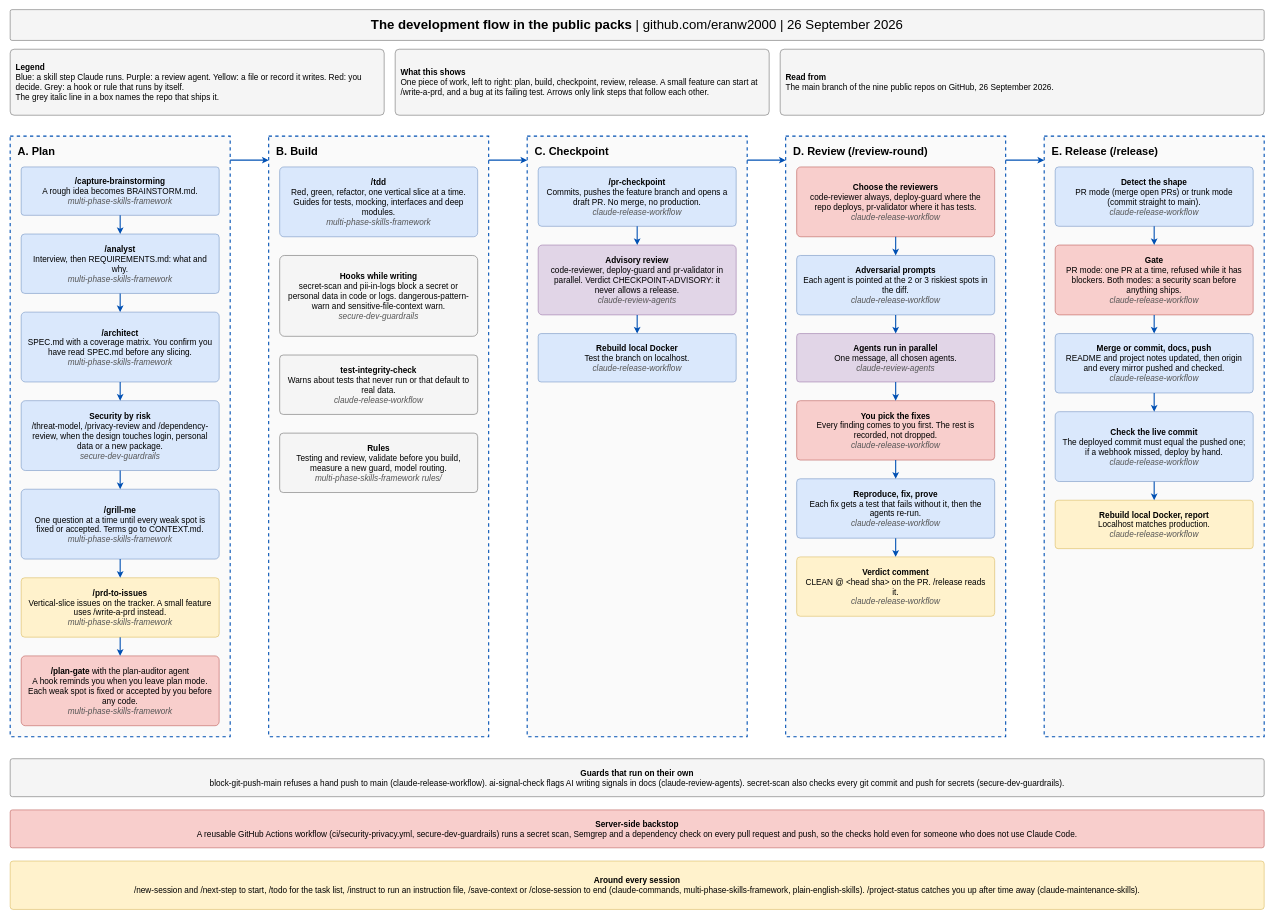
This is docs/development-flow.drawio from eranw2000/eranw2000, a draw.io file, before an edit. Source tidied: cells renumbered, new cells numbered last; positions are measured from the earlier drawing's top-left corner, leaving out a move shared by most shapes. Both pictures are drawn from the tidied source at 55%, with x=0, y=0 at pixel (10, 9).
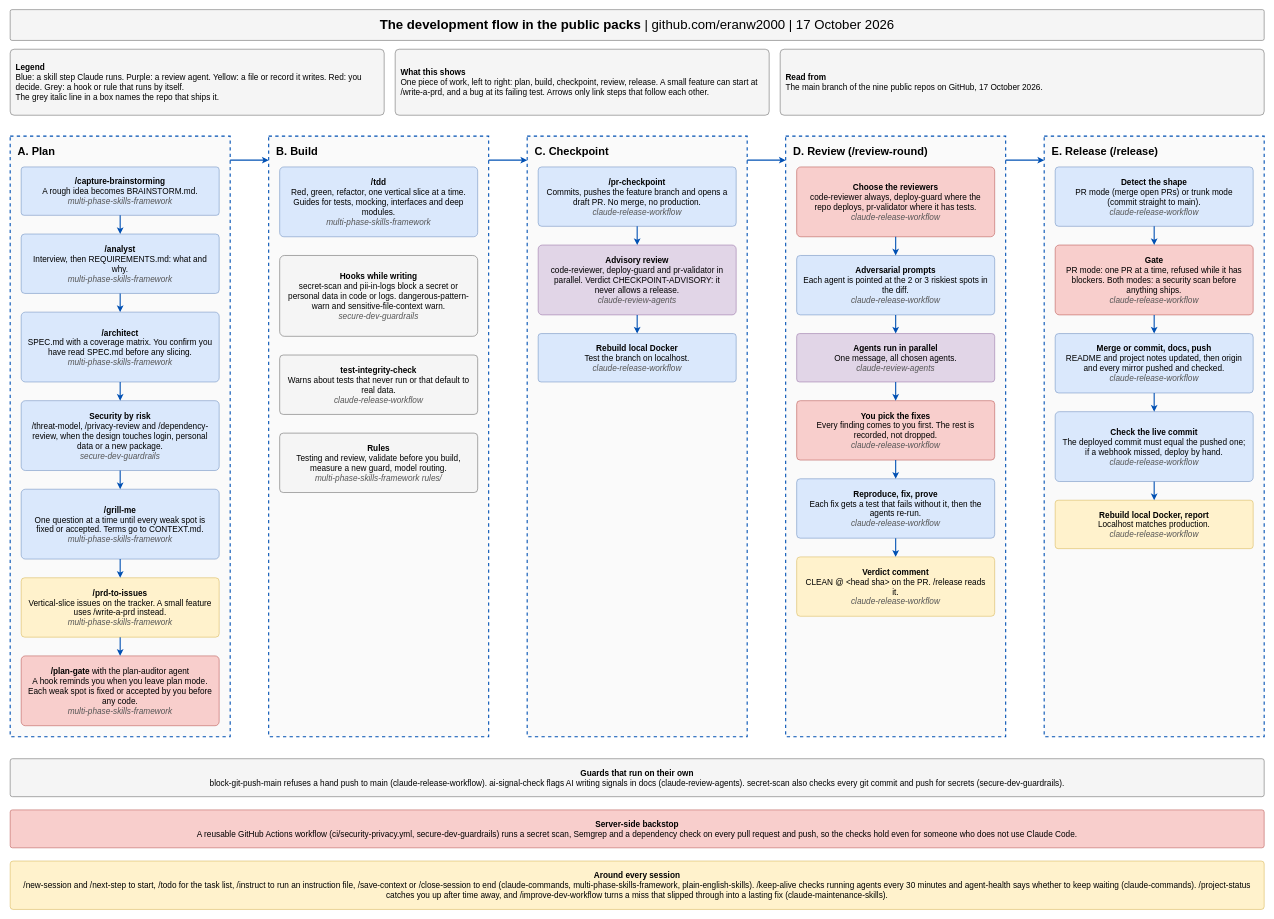
The same page after the edit.

Commit message (it also covers changes not shown here):
Profile: refresh the development flow for /keep-alive, agent-health, improve-dev-workflow and compare-skills

Diff of the diagram source:
```diff
@@
-    <mxCell id="2" value="&lt;b&gt;The development flow in the public packs&lt;/b&gt;  |  github.com/eranw2000  |  26 September 2026" style="rounded=1;arcSize=6;whiteSpace=wrap;html=1;fillColor=#f5f5f5;strokeColor=#666666;fontSize=24;fontFamily=Helvetica;spacing=10;align=center;verticalAlign=middle;" parent="1" vertex="1">
+    <mxCell id="2" value="&lt;b&gt;The development flow in the public packs&lt;/b&gt;  |  github.com/eranw2000  |  17 October 2026" style="rounded=1;arcSize=6;whiteSpace=wrap;html=1;fillColor=#f5f5f5;strokeColor=#666666;fontSize=24;fontFamily=Helvetica;spacing=10;align=center;verticalAlign=middle;" parent="1" vertex="1">
       <mxGeometry width="2280" height="56" as="geometry" />
     </mxCell>
@@
-    <mxCell id="5" value="&lt;b&gt;Read from&lt;/b&gt;&lt;br&gt;The main branch of the nine public repos on GitHub, 26 September 2026." style="rounded=1;arcSize=6;whiteSpace=wrap;html=1;fillColor=#f5f5f5;strokeColor=#666666;fontSize=15;fontFamily=Helvetica;spacing=10;align=left;verticalAlign=middle;" parent="1" vertex="1">
+    <mxCell id="5" value="&lt;b&gt;Read from&lt;/b&gt;&lt;br&gt;The main branch of the nine public repos on GitHub, 17 October 2026." style="rounded=1;arcSize=6;whiteSpace=wrap;html=1;fillColor=#f5f5f5;strokeColor=#666666;fontSize=15;fontFamily=Helvetica;spacing=10;align=left;verticalAlign=middle;" parent="1" vertex="1">
       <mxGeometry x="1400" y="72" width="880" height="120" as="geometry" />
     </mxCell>
@@
-    <mxCell id="59" value="&lt;b&gt;Around every session&lt;/b&gt;&lt;br&gt;/new-session and /next-step to start, /todo for the task list, /instruct to run an instruction file, /save-context or /close-session to end (claude-commands, multi-phase-skills-framework, plain-english-skills). /project-status catches you up after time away (claude-maintenance-skills)." style="rounded=1;arcSize=6;whiteSpace=wrap;html=1;fillColor=#fff2cc;strokeColor=#d6b656;fontSize=15;fontFamily=Helvetica;spacing=10;align=center;verticalAlign=middle;" parent="1" vertex="1">
+    <mxCell id="59" value="&lt;b&gt;Around every session&lt;/b&gt;&lt;br&gt;/new-session and /next-step to start, /todo for the task list, /instruct to run an instruction file, /save-context or /close-session to end (claude-commands, multi-phase-skills-framework, plain-english-skills). /keep-alive checks running agents every 30 minutes and agent-health says whether to keep waiting (claude-commands). /project-status catches you up after time away, and /improve-dev-workflow turns a miss that slipped through into a lasting fix (claude-maintenance-skills)." style="rounded=1;arcSize=6;whiteSpace=wrap;html=1;fillColor=#fff2cc;strokeColor=#d6b656;fontSize=15;fontFamily=Helvetica;spacing=10;align=center;verticalAlign=middle;" parent="1" vertex="1">
       <mxGeometry y="1548" width="2280" height="88" as="geometry" />
     </mxCell>
```
